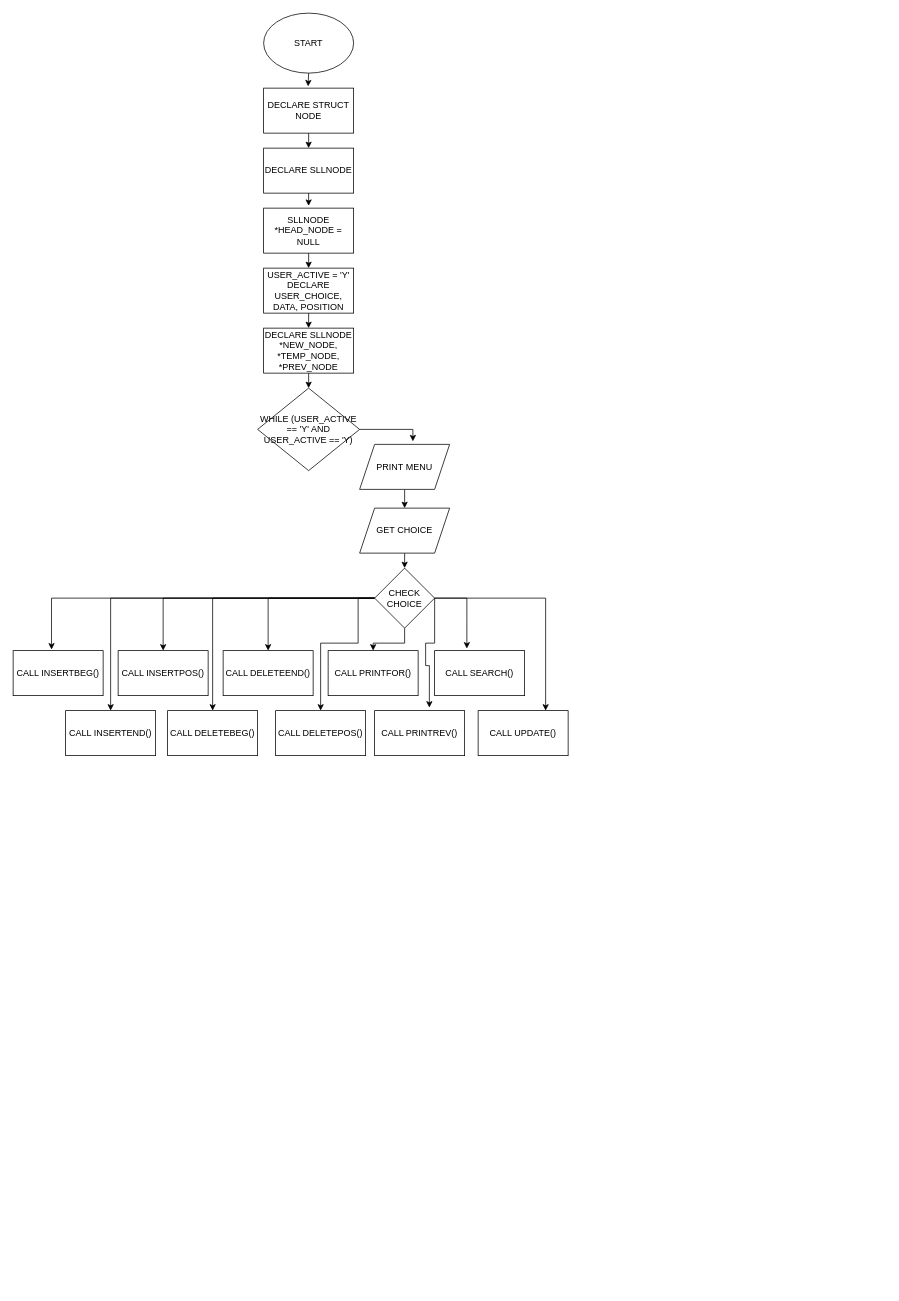
ahamril2265/DSA-LABS keeps this draw.io diagram as SLL.drawio. Above is the earlier version. Source tidied: cells renumbered, new cells numbered last; positions are measured from the earlier drawing's top-left corner, leaving out a move shared by most shapes. Both pictures are drawn from the tidied source at 75%, with x=0, y=0 at pixel (13, 13).
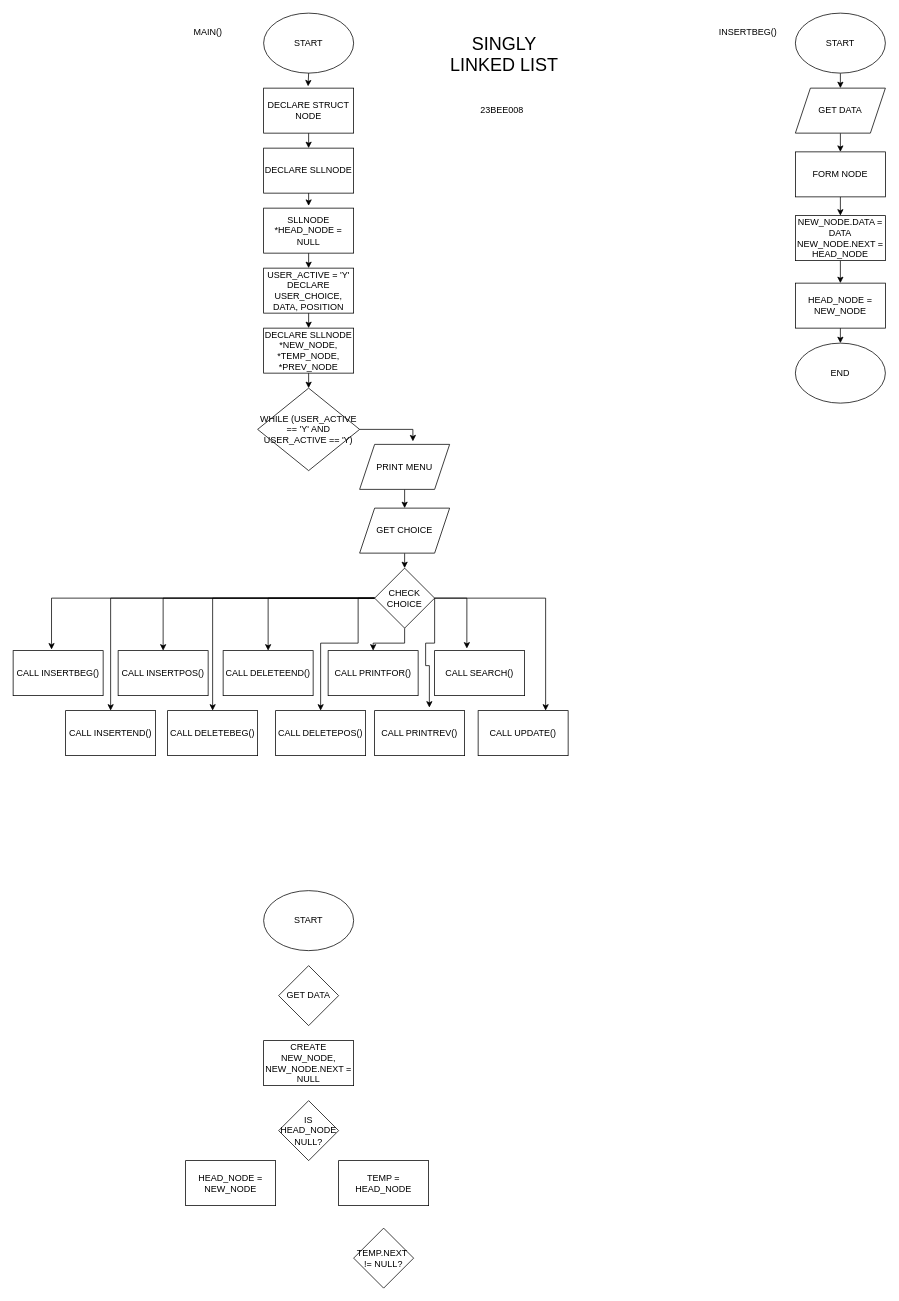
Above is the later version.

Diff of the diagram source:
```diff
@@
+    <mxCell id="41" value="MAIN()" style="text;html=1;whiteSpace=wrap;strokeColor=none;fillColor=none;align=center;verticalAlign=middle;rounded=0;" parent="1" vertex="1">
+      <mxGeometry x="230" y="10" width="60" height="30" as="geometry" />
+    </mxCell>
+    <mxCell id="42" value="&lt;font style=&quot;font-size: 24px;&quot;&gt;SINGLY LINKED LIST&lt;/font&gt;" style="text;html=1;whiteSpace=wrap;strokeColor=none;fillColor=none;align=center;verticalAlign=middle;rounded=0;" parent="1" vertex="1">
+      <mxGeometry x="570" y="40" width="170" height="30" as="geometry" />
+    </mxCell>
+    <mxCell id="43" value="23BEE008" style="text;html=1;whiteSpace=wrap;strokeColor=none;fillColor=none;align=center;verticalAlign=middle;rounded=0;" parent="1" vertex="1">
+      <mxGeometry x="622" y="115" width="60" height="30" as="geometry" />
+    </mxCell>
+    <mxCell id="44" style="edgeStyle=orthogonalEdgeStyle;rounded=0;jettySize=auto;html=1;exitX=0.5;exitY=1;exitDx=0;exitDy=0;entryX=0.5;entryY=0;entryDx=0;entryDy=0;" parent="1" edge="1" source="45" target="47">
+      <mxGeometry relative="1" as="geometry" />
+    </mxCell>
+    <mxCell id="45" value="START" style="ellipse;whiteSpace=wrap;html=1;" parent="1" vertex="1">
+      <mxGeometry x="1043" width="120" height="80" as="geometry" />
+    </mxCell>
+    <mxCell id="46" style="edgeStyle=orthogonalEdgeStyle;rounded=0;jettySize=auto;html=1;exitX=0.5;exitY=1;exitDx=0;exitDy=0;entryX=0.5;entryY=0;entryDx=0;entryDy=0;" parent="1" edge="1" source="47" target="49">
+      <mxGeometry relative="1" as="geometry" />
+    </mxCell>
+    <mxCell id="47" value="GET DATA" style="shape=parallelogram;perimeter=parallelogramPerimeter;whiteSpace=wrap;html=1;fixedSize=1;" parent="1" vertex="1">
+      <mxGeometry x="1043" y="100" width="120" height="60" as="geometry" />
+    </mxCell>
+    <mxCell id="48" style="edgeStyle=orthogonalEdgeStyle;rounded=0;jettySize=auto;html=1;exitX=0.5;exitY=1;exitDx=0;exitDy=0;entryX=0.5;entryY=0;entryDx=0;entryDy=0;" parent="1" edge="1" source="49" target="51">
+      <mxGeometry relative="1" as="geometry" />
+    </mxCell>
+    <mxCell id="49" value="FORM NODE" style="rounded=0;whiteSpace=wrap;html=1;" parent="1" vertex="1">
+      <mxGeometry x="1043" y="185" width="120" height="60" as="geometry" />
+    </mxCell>
+    <mxCell id="50" style="edgeStyle=orthogonalEdgeStyle;rounded=0;jettySize=auto;html=1;exitX=0.5;exitY=1;exitDx=0;exitDy=0;entryX=0.5;entryY=0;entryDx=0;entryDy=0;" parent="1" edge="1" source="51" target="53">
+      <mxGeometry relative="1" as="geometry" />
+    </mxCell>
+    <mxCell id="51" value="NEW_NODE.DATA = DATA&lt;div&gt;NEW_NODE.NEXT = HEAD_NODE&lt;/div&gt;" style="rounded=0;whiteSpace=wrap;html=1;" parent="1" vertex="1">
+      <mxGeometry x="1043" y="270" width="120" height="60" as="geometry" />
+    </mxCell>
+    <mxCell id="52" style="edgeStyle=orthogonalEdgeStyle;rounded=0;jettySize=auto;html=1;exitX=0.5;exitY=1;exitDx=0;exitDy=0;entryX=0.5;entryY=0;entryDx=0;entryDy=0;" parent="1" edge="1" source="53" target="54">
+      <mxGeometry relative="1" as="geometry" />
+    </mxCell>
+    <mxCell id="53" value="HEAD_NODE = NEW_NODE" style="rounded=0;whiteSpace=wrap;html=1;" parent="1" vertex="1">
+      <mxGeometry x="1043" y="360" width="120" height="60" as="geometry" />
+    </mxCell>
+    <mxCell id="54" value="END" style="ellipse;whiteSpace=wrap;html=1;" parent="1" vertex="1">
+      <mxGeometry x="1043" y="440" width="120" height="80" as="geometry" />
+    </mxCell>
+    <mxCell id="55" value="INSERT&lt;span style=&quot;background-color: transparent; color: light-dark(rgb(0, 0, 0), rgb(255, 255, 255));&quot;&gt;BEG()&lt;/span&gt;" style="text;html=1;whiteSpace=wrap;strokeColor=none;fillColor=none;align=center;verticalAlign=middle;rounded=0;" parent="1" vertex="1">
+      <mxGeometry x="950" y="10" width="60" height="30" as="geometry" />
+    </mxCell>
+    <mxCell id="56" value="START" style="ellipse;whiteSpace=wrap;html=1;" parent="1" vertex="1">
+      <mxGeometry x="334" y="1170" width="120" height="80" as="geometry" />
+    </mxCell>
+    <mxCell id="57" value="GET DATA" style="rhombus;whiteSpace=wrap;html=1;" parent="1" vertex="1">
+      <mxGeometry x="354" y="1270" width="80" height="80" as="geometry" />
+    </mxCell>
+    <mxCell id="58" value="CREATE NEW_NODE,&lt;div&gt;NEW_NODE.NEXT = NULL&lt;/div&gt;" style="rounded=0;whiteSpace=wrap;html=1;" parent="1" vertex="1">
+      <mxGeometry x="334" y="1370" width="120" height="60" as="geometry" />
+    </mxCell>
+    <mxCell id="59" value="IS HEAD_NODE NULL?" style="rhombus;whiteSpace=wrap;html=1;" parent="1" vertex="1">
+      <mxGeometry x="354" y="1450" width="80" height="80" as="geometry" />
+    </mxCell>
+    <mxCell id="60" value="HEAD_NODE = NEW_NODE" style="rounded=0;whiteSpace=wrap;html=1;" parent="1" vertex="1">
+      <mxGeometry x="230" y="1530" width="120" height="60" as="geometry" />
+    </mxCell>
+    <mxCell id="61" value="TEMP = HEAD_NODE" style="rounded=0;whiteSpace=wrap;html=1;" parent="1" vertex="1">
+      <mxGeometry x="434" y="1530" width="120" height="60" as="geometry" />
+    </mxCell>
+    <mxCell id="62" value="TEMP.NEXT&amp;nbsp; != NULL?" style="rhombus;whiteSpace=wrap;html=1;" parent="1" vertex="1">
+      <mxGeometry x="454" y="1620" width="80" height="80" as="geometry" />
+    </mxCell>
```
